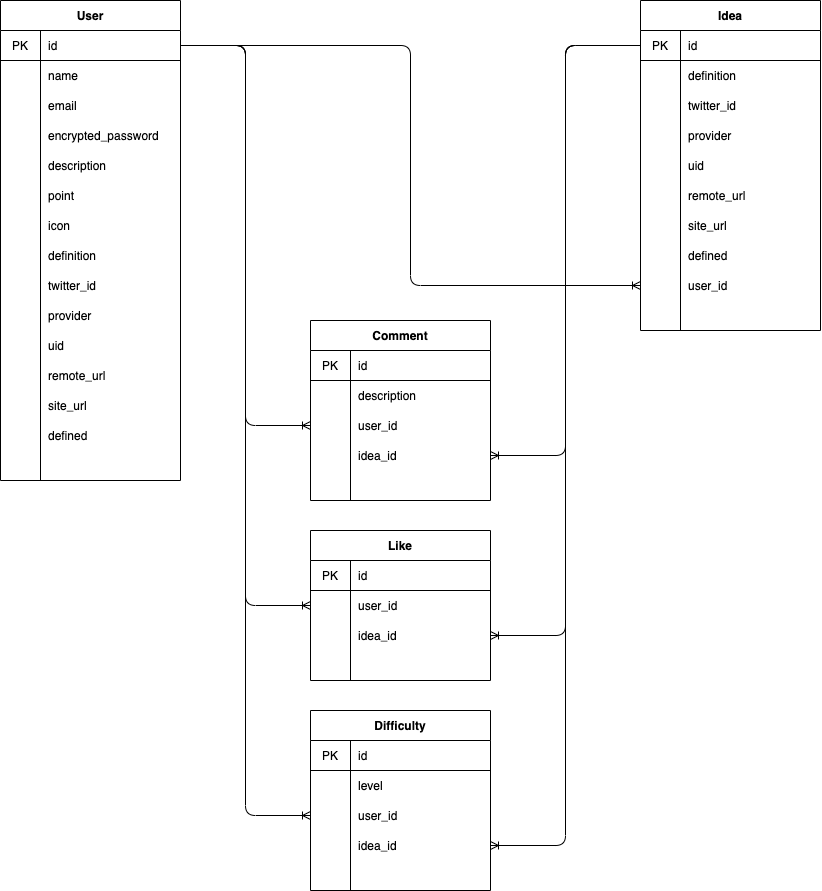
Above: er.drawio.png in OpenMi-co-jp/ideee (draw.io), before the change. Source tidied: cells renumbered, new cells last; positions are measured from the earlier drawing's top-left corner, leaving out a move shared by most shapes.
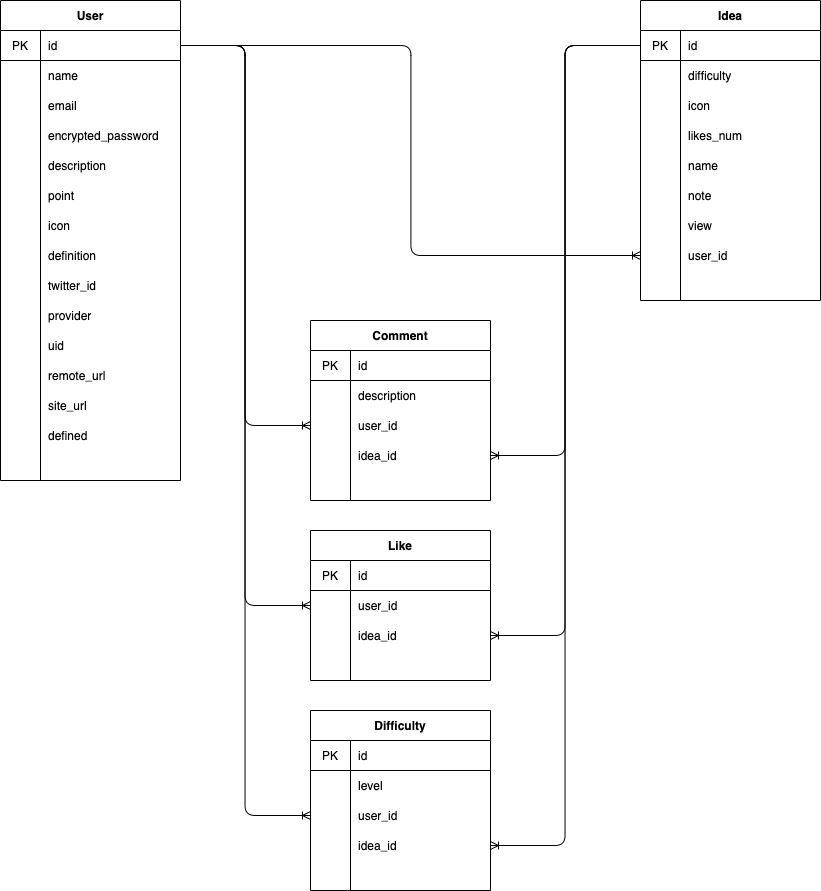
The same diagram one commit later.

What changed in the source:
```diff
@@ -132,7 +132,7 @@
       <mxGeometry x="40" width="140" height="30" as="geometry" />
     </mxCell>
     <mxCell id="45" value="Idea" style="shape=table;startSize=30;rowLines=0;fontStyle=1;align=center;" parent="1" vertex="1">
-      <mxGeometry x="640" width="180" height="330" as="geometry" />
+      <mxGeometry x="640" width="180" height="300" as="geometry" />
     </mxCell>
     <mxCell id="46" style="shape=partialRectangle;html=1;whiteSpace=wrap;fillColor=none;top=0;left=0;bottom=1;right=0;points=[[0,0.5],[1,0.5]];portConstraint=eastwest;" parent="45" vertex="1">
       <mxGeometry y="30" width="180" height="30" as="geometry" />
@@ -143,71 +143,62 @@
     <mxCell id="48" value="id" style="shape=partialRectangle;html=1;whiteSpace=wrap;fillColor=none;top=0;left=0;bottom=0;right=0;align=left;spacingLeft=6;overflow=hidden;" parent="46" vertex="1">
       <mxGeometry x="40" width="140" height="30" as="geometry" />
     </mxCell>
-    <mxCell id="49" style="shape=partialRectangle;html=1;whiteSpace=wrap;fillColor=none;top=0;left=0;bottom=0;right=0;" parent="45" vertex="1">
-      <mxGeometry y="60" width="180" height="30" as="geometry" />
-    </mxCell>
-    <mxCell id="50" style="shape=partialRectangle;html=1;whiteSpace=wrap;fillColor=none;top=0;left=0;bottom=0;right=0;overflow=hidden;" parent="49" vertex="1">
-      <mxGeometry width="40" height="30" as="geometry" />
-    </mxCell>
-    <mxCell id="51" value="definition" style="shape=partialRectangle;html=1;whiteSpace=wrap;fillColor=none;top=0;left=0;bottom=0;right=0;align=left;spacingLeft=6;overflow=hidden;" parent="49" vertex="1">
-      <mxGeometry x="40" width="140" height="30" as="geometry" />
-    </mxCell>
     <mxCell id="52" style="shape=partialRectangle;html=1;whiteSpace=wrap;fillColor=none;top=0;left=0;bottom=0;right=0;" parent="45" vertex="1">
-      <mxGeometry y="90" width="180" height="30" as="geometry" />
+      <mxGeometry y="60" width="180" height="30" as="geometry" />
     </mxCell>
     <mxCell id="53" style="shape=partialRectangle;html=1;whiteSpace=wrap;fillColor=none;top=0;left=0;bottom=0;right=0;overflow=hidden;" parent="52" vertex="1">
       <mxGeometry width="40" height="30" as="geometry" />
     </mxCell>
-    <mxCell id="54" value="twitter_id" style="shape=partialRectangle;html=1;whiteSpace=wrap;fillColor=none;top=0;left=0;bottom=0;right=0;align=left;spacingLeft=6;overflow=hidden;" parent="52" vertex="1">
+    <mxCell id="54" value="difficulty" style="shape=partialRectangle;html=1;whiteSpace=wrap;fillColor=none;top=0;left=0;bottom=0;right=0;align=left;spacingLeft=6;overflow=hidden;" parent="52" vertex="1">
       <mxGeometry x="40" width="140" height="30" as="geometry" />
     </mxCell>
     <mxCell id="55" style="shape=partialRectangle;html=1;whiteSpace=wrap;fillColor=none;top=0;left=0;bottom=0;right=0;" parent="45" vertex="1">
-      <mxGeometry y="120" width="180" height="30" as="geometry" />
+      <mxGeometry y="90" width="180" height="30" as="geometry" />
     </mxCell>
     <mxCell id="56" style="shape=partialRectangle;html=1;whiteSpace=wrap;fillColor=none;top=0;left=0;bottom=0;right=0;overflow=hidden;" parent="55" vertex="1">
       <mxGeometry width="40" height="30" as="geometry" />
     </mxCell>
-    <mxCell id="57" value="provider" style="shape=partialRectangle;html=1;whiteSpace=wrap;fillColor=none;top=0;left=0;bottom=0;right=0;align=left;spacingLeft=6;overflow=hidden;" parent="55" vertex="1">
+    <mxCell id="57" value="icon" style="shape=partialRectangle;html=1;whiteSpace=wrap;fillColor=none;top=0;left=0;bottom=0;right=0;align=left;spacingLeft=6;overflow=hidden;" parent="55" vertex="1">
       <mxGeometry x="40" width="140" height="30" as="geometry" />
     </mxCell>
     <mxCell id="58" style="shape=partialRectangle;html=1;whiteSpace=wrap;fillColor=none;top=0;left=0;bottom=0;right=0;" parent="45" vertex="1">
-      <mxGeometry y="150" width="180" height="30" as="geometry" />
+      <mxGeometry y="120" width="180" height="30" as="geometry" />
     </mxCell>
     <mxCell id="59" style="shape=partialRectangle;html=1;whiteSpace=wrap;fillColor=none;top=0;left=0;bottom=0;right=0;overflow=hidden;" parent="58" vertex="1">
       <mxGeometry width="40" height="30" as="geometry" />
     </mxCell>
-    <mxCell id="60" value="uid" style="shape=partialRectangle;html=1;whiteSpace=wrap;fillColor=none;top=0;left=0;bottom=0;right=0;align=left;spacingLeft=6;overflow=hidden;" parent="58" vertex="1">
+    <mxCell id="60" value="likes_num" style="shape=partialRectangle;html=1;whiteSpace=wrap;fillColor=none;top=0;left=0;bottom=0;right=0;align=left;spacingLeft=6;overflow=hidden;" parent="58" vertex="1">
       <mxGeometry x="40" width="140" height="30" as="geometry" />
     </mxCell>
     <mxCell id="61" style="shape=partialRectangle;html=1;whiteSpace=wrap;fillColor=none;top=0;left=0;bottom=0;right=0;" parent="45" vertex="1">
-      <mxGeometry y="180" width="180" height="30" as="geometry" />
+      <mxGeometry y="150" width="180" height="30" as="geometry" />
     </mxCell>
     <mxCell id="62" style="shape=partialRectangle;html=1;whiteSpace=wrap;fillColor=none;top=0;left=0;bottom=0;right=0;overflow=hidden;" parent="61" vertex="1">
       <mxGeometry width="40" height="30" as="geometry" />
     </mxCell>
-    <mxCell id="63" value="remote_url" style="shape=partialRectangle;html=1;whiteSpace=wrap;fillColor=none;top=0;left=0;bottom=0;right=0;align=left;spacingLeft=6;overflow=hidden;" parent="61" vertex="1">
+    <mxCell id="63" value="name" style="shape=partialRectangle;html=1;whiteSpace=wrap;fillColor=none;top=0;left=0;bottom=0;right=0;align=left;spacingLeft=6;overflow=hidden;" parent="61" vertex="1">
       <mxGeometry x="40" width="140" height="30" as="geometry" />
     </mxCell>
     <mxCell id="64" style="shape=partialRectangle;html=1;whiteSpace=wrap;fillColor=none;top=0;left=0;bottom=0;right=0;" parent="45" vertex="1">
-      <mxGeometry y="210" width="180" height="30" as="geometry" />
+      <mxGeometry y="180" width="180" height="30" as="geometry" />
     </mxCell>
     <mxCell id="65" style="shape=partialRectangle;html=1;whiteSpace=wrap;fillColor=none;top=0;left=0;bottom=0;right=0;overflow=hidden;" parent="64" vertex="1">
       <mxGeometry width="40" height="30" as="geometry" />
     </mxCell>
-    <mxCell id="66" value="site_url" style="shape=partialRectangle;html=1;whiteSpace=wrap;fillColor=none;top=0;left=0;bottom=0;right=0;align=left;spacingLeft=6;overflow=hidden;" parent="64" vertex="1">
+    <mxCell id="66" value="note" style="shape=partialRectangle;html=1;whiteSpace=wrap;fillColor=none;top=0;left=0;bottom=0;right=0;align=left;spacingLeft=6;overflow=hidden;" parent="64" vertex="1">
       <mxGeometry x="40" width="140" height="30" as="geometry" />
     </mxCell>
     <mxCell id="67" style="shape=partialRectangle;html=1;whiteSpace=wrap;fillColor=none;top=0;left=0;bottom=0;right=0;" parent="45" vertex="1">
-      <mxGeometry y="240" width="180" height="30" as="geometry" />
+      <mxGeometry y="210" width="180" height="30" as="geometry" />
     </mxCell>
     <mxCell id="68" style="shape=partialRectangle;html=1;whiteSpace=wrap;fillColor=none;top=0;left=0;bottom=0;right=0;overflow=hidden;" parent="67" vertex="1">
       <mxGeometry width="40" height="30" as="geometry" />
     </mxCell>
-    <mxCell id="69" value="defined" style="shape=partialRectangle;html=1;whiteSpace=wrap;fillColor=none;top=0;left=0;bottom=0;right=0;align=left;spacingLeft=6;overflow=hidden;" parent="67" vertex="1">
+    <mxCell id="69" value="view" style="shape=partialRectangle;html=1;whiteSpace=wrap;fillColor=none;top=0;left=0;bottom=0;right=0;align=left;spacingLeft=6;overflow=hidden;" parent="67" vertex="1">
       <mxGeometry x="40" width="140" height="30" as="geometry" />
     </mxCell>
     <mxCell id="70" style="shape=partialRectangle;html=1;whiteSpace=wrap;fillColor=none;top=0;left=0;bottom=0;right=0;points=[[0,0.5],[1,0.5]];portConstraint=eastwest;" parent="45" vertex="1">
-      <mxGeometry y="270" width="180" height="30" as="geometry" />
+      <mxGeometry y="240" width="180" height="30" as="geometry" />
     </mxCell>
     <mxCell id="71" style="shape=partialRectangle;html=1;whiteSpace=wrap;fillColor=none;top=0;left=0;bottom=0;right=0;overflow=hidden;" parent="70" vertex="1">
       <mxGeometry width="40" height="30" as="geometry" />
```
